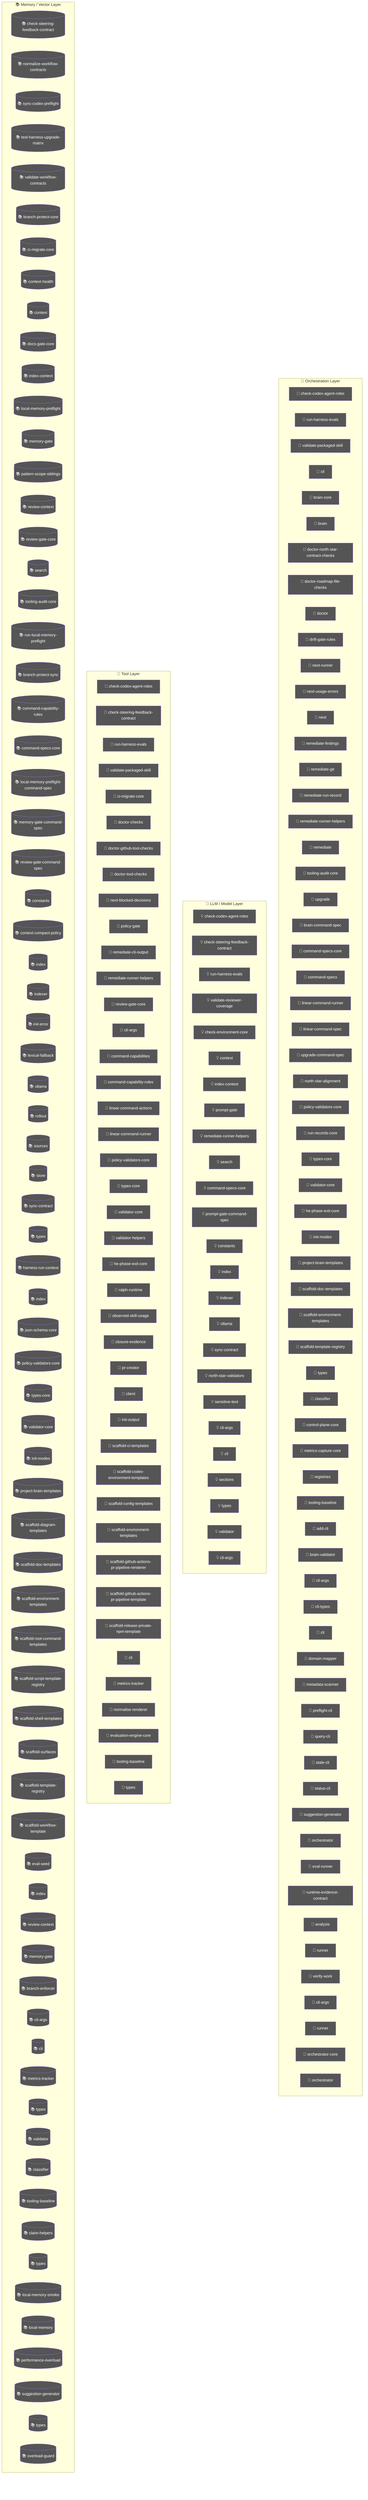
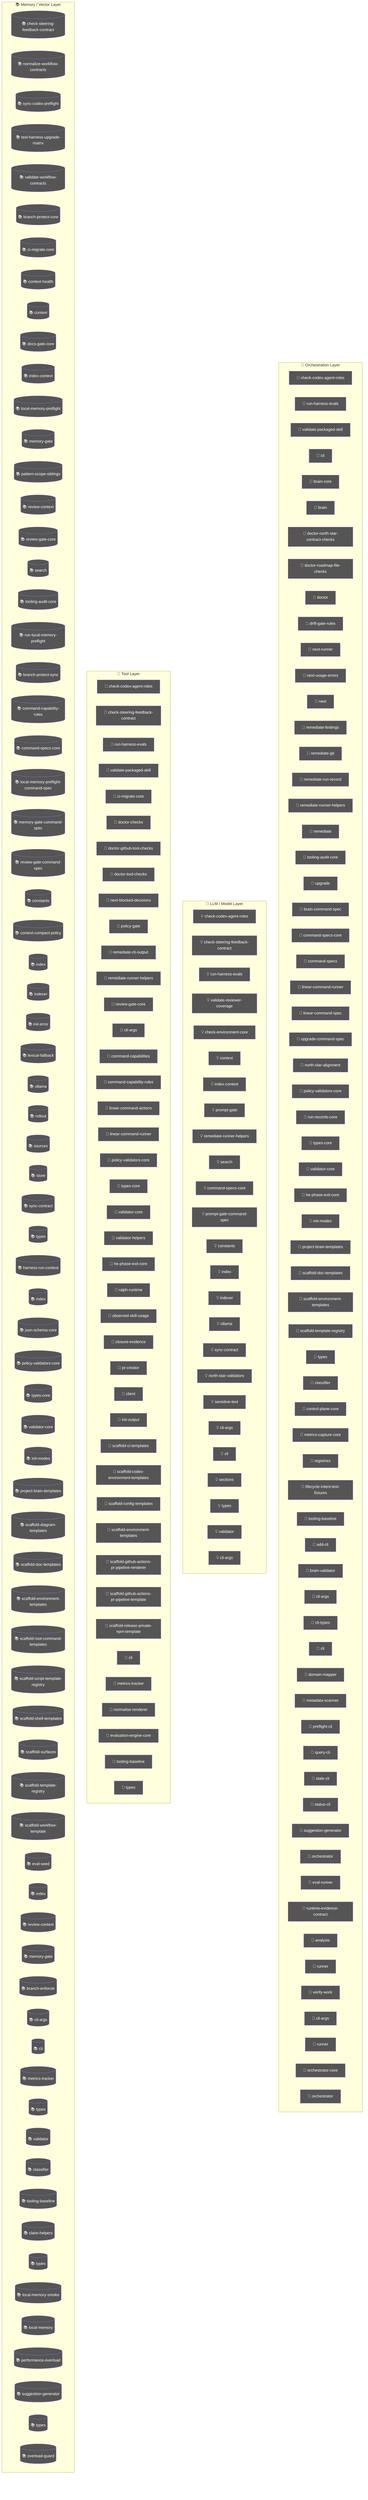
flowchart TD
  subgraph Orchestration["🎯 Orchestration Layer"]
    node_agent_mmd_orchestration_layer_orchestration_chec_7a9f0b64["🤖 check-codex-agent-roles"]
    node_agent_mmd_orchestration_layer_orchestration_run__18817957["🤖 run-harness-evals"]
    node_agent_mmd_orchestration_layer_orchestration_vali_c01b04be["🤖 validate-packaged-skill"]
    cli_99bb8840["🤖 cli"]
    brain_core_aa07c380["🤖 brain-core"]
    brain_bbbf7a64["🤖 brain"]
    doctor_north_star_contract_checks_0048124c["🤖 doctor-north-star-contract-checks"]
    doctor_roadmap_file_checks_14447b8e["🤖 doctor-roadmap-file-checks"]
    doctor_72f4be89["🤖 doctor"]
    drift_gate_rules_9685e72d["🤖 drift-gate-rules"]
    next_runner_41643472["🤖 next-runner"]
    next_usage_errors_837a345a["🤖 next-usage-errors"]
    next_c6c1c9a9["🤖 next"]
    remediate_findings_8b09c8c6["🤖 remediate-findings"]
    remediate_git_58c6f6f4["🤖 remediate-git"]
    remediate_run_record_9dfe5dc1["🤖 remediate-run-record"]
    node_agent_mmd_orchestration_layer_orchestration_reme_359fe98f["🤖 remediate-runner-helpers"]
    remediate_06b9c7fc["🤖 remediate"]
    node_agent_mmd_orchestration_layer_orchestration_tool_acfe0c01["🤖 tooling-audit-core"]
    upgrade_7fef9479["🤖 upgrade"]
    brain_command_spec_15b122d5["🤖 brain-command-spec"]
    node_agent_mmd_orchestration_layer_orchestration_comm_1f8cc24c["🤖 command-specs-core"]
    command_specs_69167c63["🤖 command-specs"]
    node_agent_mmd_orchestration_layer_orchestration_line_b67affd5["🤖 linear-command-runner"]
    linear_command_spec_1e12dd44["🤖 linear-command-spec"]
    upgrade_command_spec_03f6c7bd["🤖 upgrade-command-spec"]
    north_star_alignment_00440188["🤖 north-star-alignment"]
    node_agent_mmd_orchestration_layer_orchestration_poli_3270b55d["🤖 policy-validators-core"]
    run_records_core_89286dfa["🤖 run-records-core"]
    node_agent_mmd_orchestration_layer_orchestration_type_7cf81261["🤖 types-core"]
    node_agent_mmd_orchestration_layer_orchestration_vali_d9fe99e6["🤖 validator-core"]
    node_agent_mmd_orchestration_layer_orchestration_he_p_fc778c24["🤖 he-phase-exit-core"]
    node_agent_mmd_orchestration_layer_orchestration_init_2a9c3ecb["🤖 init-modes"]
    node_agent_mmd_orchestration_layer_orchestration_proj_6ab6f60f["🤖 project-brain-templates"]
    node_agent_mmd_orchestration_layer_orchestration_scaf_12cc07db["🤖 scaffold-doc-templates"]
    node_agent_mmd_orchestration_layer_orchestration_scaf_c9a90c2f["🤖 scaffold-environment-templates"]
    node_agent_mmd_orchestration_layer_orchestration_scaf_ff8f92f6["🤖 scaffold-template-registry"]
    types_9_1db4641f["🤖 types"]
    node_agent_mmd_orchestration_layer_orchestration_clas_899b821a["🤖 classifier"]
    control_plane_core_db3b4cb2["🤖 control-plane-core"]
    metrics_capture_core_db4bf7cf["🤖 metrics-capture-core"]
    registries_06402afa["🤖 registries"]
+     lifecycle_intent_test_fixtures_a53c7ada["🤖 lifecycle-intent-test-fixtures"]
    node_agent_mmd_orchestration_layer_orchestration_tool_cc43149f["🤖 tooling-baseline"]
    add_cli_7614de25["🤖 add-cli"]
    brain_validator_be251832["🤖 brain-validator"]
    cli_args_8_d546936e["🤖 cli-args"]
    cli_types_1686e858["🤖 cli-types"]
    cli_7_dc4a9f7f["🤖 cli"]
    domain_mapper_cd9333d2["🤖 domain-mapper"]
    metadata_scanner_6a101b66["🤖 metadata-scanner"]
    preflight_cli_5d148379["🤖 preflight-cli"]
    query_cli_b95be64d["🤖 query-cli"]
    stale_cli_64548720["🤖 stale-cli"]
    status_cli_4c24a0d6["🤖 status-cli"]
    node_agent_mmd_orchestration_layer_orchestration_sugg_85c5ebe3["🤖 suggestion-generator"]
    orchestrator_11376b7e["🤖 orchestrator"]
    eval_runner_0966a6b3["🤖 eval-runner"]
    runtime_evidence_contract_0f7b15b2["🤖 runtime-evidence-contract"]
    analysis_f44e85c4["🤖 analysis"]
    runner_527aa9f4["🤖 runner"]
    verify_work_1_cd8e7ec3["🤖 verify-work"]
    cli_args_14_3481043e["🤖 cli-args"]
    runner_1_6f281bf8["🤖 runner"]
    orchestrator_core_d0678b53["🤖 orchestrator-core"]
    orchestrator_1_6b7137c5["🤖 orchestrator"]
  end
  subgraph LLMLayer["🧠 LLM / Model Layer"]
    node_agent_mmd_llm_model_layer_llmlayer_check_codex_a_29e7b7fa["💡 check-codex-agent-roles"]
    node_agent_mmd_llm_model_layer_llmlayer_check_steerin_a7dbbd2f["💡 check-steering-feedback-contract"]
    node_agent_mmd_llm_model_layer_llmlayer_run_harness_e_603fcfdc["💡 run-harness-evals"]
    validate_reviewer_coverage_251efee3["💡 validate-reviewer-coverage"]
    check_environment_core_2c16213f["💡 check-environment-core"]
    node_agent_mmd_llm_model_layer_llmlayer_context_conte_ad2dfbd9["💡 context"]
    node_agent_mmd_llm_model_layer_llmlayer_index_context_1041bd11["💡 index-context"]
    prompt_gate_c5e9d207["💡 prompt-gate"]
    node_agent_mmd_llm_model_layer_llmlayer_remediate_run_9e3d4585["💡 remediate-runner-helpers"]
    node_agent_mmd_llm_model_layer_llmlayer_search_search_66b9a911["💡 search"]
    node_agent_mmd_llm_model_layer_llmlayer_command_specs_782af9fa["💡 command-specs-core"]
    prompt_gate_command_spec_9a941482["💡 prompt-gate-command-spec"]
    node_agent_mmd_llm_model_layer_llmlayer_constants_con_c9bd3f6c["💡 constants"]
    node_agent_mmd_llm_model_layer_llmlayer_index_index_1_02e160ff["💡 index"]
    node_agent_mmd_llm_model_layer_llmlayer_indexer_index_4f4deef5["💡 indexer"]
    node_agent_mmd_llm_model_layer_llmlayer_ollama_ollama_968b23fa["💡 ollama"]
    node_agent_mmd_llm_model_layer_llmlayer_sync_contract_9f3cc8c1["💡 sync-contract"]
    north_star_validators_cfc926ce["💡 north-star-validators"]
    sensitive_text_7c11f760["💡 sensitive-text"]
    cli_args_9_9c136878["💡 cli-args"]
    cli_8_e3a6ce03["💡 cli"]
    sections_4697ef32["💡 sections"]
    types_19_eb4ad5f0["💡 types"]
    validator_6_3688adbf["💡 validator"]
    cli_args_10_861cdd3f["💡 cli-args"]
  end
  subgraph ToolLayer["🔧 Tool Layer"]
    node_agent_mmd_tool_layer_toollayer_check_codex_agent_4b361d5a["🔧 check-codex-agent-roles"]
    node_agent_mmd_tool_layer_toollayer_check_steering_fe_84ed22c2["🔧 check-steering-feedback-contract"]
    node_agent_mmd_tool_layer_toollayer_run_harness_evals_e2ee24f1["🔧 run-harness-evals"]
    node_agent_mmd_tool_layer_toollayer_validate_packaged_f6ed6f12["🔧 validate-packaged-skill"]
    node_agent_mmd_tool_layer_toollayer_ci_migrate_core_c_049f8460["🔧 ci-migrate-core"]
    doctor_checks_5a2eb2b9["🔧 doctor-checks"]
    doctor_github_tool_checks_a53b0382["🔧 doctor-github-tool-checks"]
    doctor_tool_checks_4acac51a["🔧 doctor-tool-checks"]
    next_blocked_decisions_4140ad2b["🔧 next-blocked-decisions"]
    policy_gate_213f7313["🔧 policy-gate"]
    remediate_cli_output_cc165396["🔧 remediate-cli-output"]
    node_agent_mmd_tool_layer_toollayer_remediate_runner__c003b871["🔧 remediate-runner-helpers"]
    node_agent_mmd_tool_layer_toollayer_review_gate_core__7704598b["🔧 review-gate-core"]
    cli_args_1_6144b055["🔧 cli-args"]
    command_capabilities_a4d5c71e["🔧 command-capabilities"]
    node_agent_mmd_tool_layer_toollayer_command_capabilit_e97a4615["🔧 command-capability-rules"]
    linear_command_actions_e430f4f4["🔧 linear-command-actions"]
    node_agent_mmd_tool_layer_toollayer_linear_command_ru_d6763748["🔧 linear-command-runner"]
    node_agent_mmd_tool_layer_toollayer_policy_validators_af136abf["🔧 policy-validators-core"]
    node_agent_mmd_tool_layer_toollayer_types_core_types__6c8319b6["🔧 types-core"]
    node_agent_mmd_tool_layer_toollayer_validator_core_va_6ef6131f["🔧 validator-core"]
    validator_helpers_7b927667["🔧 validator-helpers"]
    node_agent_mmd_tool_layer_toollayer_he_phase_exit_cor_af016160["🔧 he-phase-exit-core"]
    ralph_runtime_73d63c0e["🔧 ralph-runtime"]
    observed_skill_usage_ed7d5930["🔧 observed-skill-usage"]
    closure_evidence_aaa31467["🔧 closure-evidence"]
    pr_creator_dc6b1ea4["🔧 pr-creator"]
    client_948fe603["🔧 client"]
    init_output_360dce91["🔧 init-output"]
    scaffold_ci_templates_2afd6392["🔧 scaffold-ci-templates"]
    scaffold_codex_environment_templates_334fbbed["🔧 scaffold-codex-environment-templates"]
    scaffold_config_templates_4b80ce53["🔧 scaffold-config-templates"]
    node_agent_mmd_tool_layer_toollayer_scaffold_environm_c1afc013["🔧 scaffold-environment-templates"]
    scaffold_github_actions_pr_pipeline_renderer_1ee18de5["🔧 scaffold-github-actions-pr-pipeline-renderer"]
    scaffold_github_actions_pr_pipeline_template_e2b85f62["🔧 scaffold-github-actions-pr-pipeline-template"]
    scaffold_release_private_npm_template_075499f8["🔧 scaffold-release-private-npm-template"]
    node_agent_mmd_tool_layer_toollayer_cli_cli_2_1_32d9eeaf["🔧 cli"]
    node_agent_mmd_tool_layer_toollayer_metrics_tracker_m_4c9237d8["🔧 metrics-tracker"]
    normalise_renderer_85f2e563["🔧 normalise-renderer"]
    evaluation_engine_core_e054fe49["🔧 evaluation-engine-core"]
    node_agent_mmd_tool_layer_toollayer_tooling_baseline__61e66e9f["🔧 tooling-baseline"]
    types_25_89d086aa["🔧 types"]
  end
  subgraph MemoryLayer["📚 Memory / Vector Layer"]
    node_agent_mmd_memory_vector_layer_memorylayer_check__d71f8993[("📚 check-steering-feedback-contract")]
    normalize_workflow_contracts_8701f1c8[("📚 normalize-workflow-contracts")]
    sync_codex_preflight_7e7a8dc2[("📚 sync-codex-preflight")]
    test_harness_upgrade_matrix_84113c4e[("📚 test-harness-upgrade-matrix")]
    validate_workflow_contracts_33dc063c[("📚 validate-workflow-contracts")]
    branch_protect_core_a8feb0fd[("📚 branch-protect-core")]
    node_agent_mmd_memory_vector_layer_memorylayer_ci_mig_0cd5b1a4[("📚 ci-migrate-core")]
    context_health_80bb7da9[("📚 context-health")]
    node_agent_mmd_memory_vector_layer_memorylayer_contex_78ceaaa9[("📚 context")]
    docs_gate_core_eb9b6c18[("📚 docs-gate-core")]
    node_agent_mmd_memory_vector_layer_memorylayer_index__6f3402d0[("📚 index-context")]
    local_memory_preflight_dcc36c42[("📚 local-memory-preflight")]
    memory_gate_a577a506[("📚 memory-gate")]
    pattern_scope_siblings_43abe000[("📚 pattern-scope-siblings")]
    review_context_ca6cf81d[("📚 review-context")]
    node_agent_mmd_memory_vector_layer_memorylayer_review_5bee9816[("📚 review-gate-core")]
    node_agent_mmd_memory_vector_layer_memorylayer_search_ac35cb7e[("📚 search")]
    node_agent_mmd_memory_vector_layer_memorylayer_toolin_a1185b8f[("📚 tooling-audit-core")]
    run_local_memory_preflight_36e92808[("📚 run-local-memory-preflight")]
    branch_protect_sync_570adb18[("📚 branch-protect-sync")]
    node_agent_mmd_memory_vector_layer_memorylayer_comman_c72a5d05[("📚 command-capability-rules")]
    node_agent_mmd_memory_vector_layer_memorylayer_comman_111eb454[("📚 command-specs-core")]
    local_memory_preflight_command_spec_9e23f3ce[("📚 local-memory-preflight-command-spec")]
    memory_gate_command_spec_dc9001a9[("📚 memory-gate-command-spec")]
    review_gate_command_spec_3187376a[("📚 review-gate-command-spec")]
    node_agent_mmd_memory_vector_layer_memorylayer_consta_702d3f46[("📚 constants")]
    context_compact_policy_3dcaf95d[("📚 context-compact-policy")]
    node_agent_mmd_memory_vector_layer_memorylayer_index__752bc61e[("📚 index")]
    node_agent_mmd_memory_vector_layer_memorylayer_indexe_93e6d86f[("📚 indexer")]
    init_error_5c7dd49f[("📚 init-error")]
    lexical_fallback_723e2b3e[("📚 lexical-fallback")]
    node_agent_mmd_memory_vector_layer_memorylayer_ollama_6d51be16[("📚 ollama")]
    rollout_a4fa034c[("📚 rollout")]
    sources_878a52fc[("📚 sources")]
    store_824d80d7[("📚 store")]
    node_agent_mmd_memory_vector_layer_memorylayer_sync_c_e43418bc[("📚 sync-contract")]
    types_4_822d0f88[("📚 types")]
    harness_run_context_ac7c77a9[("📚 harness-run-context")]
    index_1_faebc14e[("📚 index")]
    json_schema_core_96d7e328[("📚 json-schema-core")]
    node_agent_mmd_memory_vector_layer_memorylayer_policy_1944de42[("📚 policy-validators-core")]
    node_agent_mmd_memory_vector_layer_memorylayer_types__83f369fa[("📚 types-core")]
    node_agent_mmd_memory_vector_layer_memorylayer_valida_41034356[("📚 validator-core")]
    node_agent_mmd_memory_vector_layer_memorylayer_init_m_333d02c5[("📚 init-modes")]
    node_agent_mmd_memory_vector_layer_memorylayer_projec_3ae304d9[("📚 project-brain-templates")]
    scaffold_diagram_templates_dd88e83c[("📚 scaffold-diagram-templates")]
    node_agent_mmd_memory_vector_layer_memorylayer_scaffo_5fd73b94[("📚 scaffold-doc-templates")]
    node_agent_mmd_memory_vector_layer_memorylayer_scaffo_12b42341[("📚 scaffold-environment-templates")]
    scaffold_root_command_templates_404fed7f[("📚 scaffold-root-command-templates")]
    scaffold_script_template_registry_69312d4e[("📚 scaffold-script-template-registry")]
    scaffold_shell_templates_0ad0f915[("📚 scaffold-shell-templates")]
    scaffold_surfaces_12d6494e[("📚 scaffold-surfaces")]
    node_agent_mmd_memory_vector_layer_memorylayer_scaffo_a86eece1[("📚 scaffold-template-registry")]
    scaffold_workflow_template_92310587[("📚 scaffold-workflow-template")]
    eval_seed_5699fd3e[("📚 eval-seed")]
    index_4_013aa0e3[("📚 index")]
    review_context_1_e3afed15[("📚 review-context")]
    memory_gate_1_265164ac[("📚 memory-gate")]
    branch_enforcer_acb749cd[("📚 branch-enforcer")]
    cli_args_5_09ea29f0[("📚 cli-args")]
    node_agent_mmd_memory_vector_layer_memorylayer_cli_cl_1f1f89ab[("📚 cli")]
    node_agent_mmd_memory_vector_layer_memorylayer_metric_12562178[("📚 metrics-tracker")]
    types_11_4be3ee64[("📚 types")]
    validator_4_5180cf23[("📚 validator")]
    node_agent_mmd_memory_vector_layer_memorylayer_classi_1ebbf5ff[("📚 classifier")]
    node_agent_mmd_memory_vector_layer_memorylayer_toolin_14f86b00[("📚 tooling-baseline")]
    claim_helpers_20dc8387[("📚 claim-helpers")]
    types_16_0fae1112[("📚 types")]
    local_memory_smoke_1175abfc[("📚 local-memory-smoke")]
    local_memory_0db17ecc[("📚 local-memory")]
    performance_overload_c685bfcf[("📚 performance-overload")]
    node_agent_mmd_memory_vector_layer_memorylayer_sugges_267f408d[("📚 suggestion-generator")]
    types_23_4352ee2e[("📚 types")]
    overload_guard_2748c559[("📚 overload-guard")]
  end
  classDef agentNode fill:#555,color:#fff
-   class node_agent_mmd_orchestration_layer_orchestration_chec_7a9f0b64,node_agent_mmd_llm_model_layer_llmlayer_check_codex_a_29e7b7fa,node_agent_mmd_tool_layer_toollayer_check_codex_agent_4b361d5a,node_agent_mmd_orchestration_layer_orchestration_run__18817957,node_agent_mmd_llm_model_layer_llmlayer_run_harness_e_603fcfdc,node_agent_mmd_tool_layer_toollayer_run_harness_evals_e2ee24f1,node_agent_mmd_orchestration_layer_orchestration_vali_c01b04be,node_agent_mmd_tool_layer_toollayer_validate_packaged_f6ed6f12,cli_99bb8840,brain_core_aa07c380,brain_bbbf7a64,doctor_north_star_contract_checks_0048124c,doctor_roadmap_file_checks_14447b8e,doctor_72f4be89,drift_gate_rules_9685e72d,next_runner_41643472,next_usage_errors_837a345a,next_c6c1c9a9,remediate_findings_8b09c8c6,remediate_git_58c6f6f4,remediate_run_record_9dfe5dc1,node_agent_mmd_orchestration_layer_orchestration_reme_359fe98f,node_agent_mmd_llm_model_layer_llmlayer_remediate_run_9e3d4585,node_agent_mmd_tool_layer_toollayer_remediate_runner__c003b871,remediate_06b9c7fc,node_agent_mmd_orchestration_layer_orchestration_tool_acfe0c01,node_agent_mmd_memory_vector_layer_memorylayer_toolin_a1185b8f,upgrade_7fef9479,brain_command_spec_15b122d5,node_agent_mmd_orchestration_layer_orchestration_comm_1f8cc24c,node_agent_mmd_llm_model_layer_llmlayer_command_specs_782af9fa,node_agent_mmd_memory_vector_layer_memorylayer_comman_111eb454,command_specs_69167c63,node_agent_mmd_orchestration_layer_orchestration_line_b67affd5,node_agent_mmd_tool_layer_toollayer_linear_command_ru_d6763748,linear_command_spec_1e12dd44,upgrade_command_spec_03f6c7bd,north_star_alignment_00440188,node_agent_mmd_orchestration_layer_orchestration_poli_3270b55d,node_agent_mmd_tool_layer_toollayer_policy_validators_af136abf,node_agent_mmd_memory_vector_layer_memorylayer_policy_1944de42,run_records_core_89286dfa,node_agent_mmd_orchestration_layer_orchestration_type_7cf81261,node_agent_mmd_tool_layer_toollayer_types_core_types__6c8319b6,node_agent_mmd_memory_vector_layer_memorylayer_types__83f369fa,node_agent_mmd_orchestration_layer_orchestration_vali_d9fe99e6,node_agent_mmd_tool_layer_toollayer_validator_core_va_6ef6131f,node_agent_mmd_memory_vector_layer_memorylayer_valida_41034356,node_agent_mmd_orchestration_layer_orchestration_he_p_fc778c24,node_agent_mmd_tool_layer_toollayer_he_phase_exit_cor_af016160,node_agent_mmd_orchestration_layer_orchestration_init_2a9c3ecb,node_agent_mmd_memory_vector_layer_memorylayer_init_m_333d02c5,node_agent_mmd_orchestration_layer_orchestration_proj_6ab6f60f,node_agent_mmd_memory_vector_layer_memorylayer_projec_3ae304d9,node_agent_mmd_orchestration_layer_orchestration_scaf_12cc07db,node_agent_mmd_memory_vector_layer_memorylayer_scaffo_5fd73b94,node_agent_mmd_orchestration_layer_orchestration_scaf_c9a90c2f,node_agent_mmd_tool_layer_toollayer_scaffold_environm_c1afc013,node_agent_mmd_memory_vector_layer_memorylayer_scaffo_12b42341,node_agent_mmd_orchestration_layer_orchestration_scaf_ff8f92f6,node_agent_mmd_memory_vector_layer_memorylayer_scaffo_a86eece1,types_9_1db4641f,node_agent_mmd_orchestration_layer_orchestration_clas_899b821a,node_agent_mmd_memory_vector_layer_memorylayer_classi_1ebbf5ff,control_plane_core_db3b4cb2,metrics_capture_core_db4bf7cf,registries_06402afa,node_agent_mmd_orchestration_layer_orchestration_tool_cc43149f,node_agent_mmd_tool_layer_toollayer_tooling_baseline__61e66e9f,node_agent_mmd_memory_vector_layer_memorylayer_toolin_14f86b00,add_cli_7614de25,brain_validator_be251832,cli_args_8_d546936e,cli_types_1686e858,cli_7_dc4a9f7f,domain_mapper_cd9333d2,metadata_scanner_6a101b66,preflight_cli_5d148379,query_cli_b95be64d,stale_cli_64548720,status_cli_4c24a0d6,node_agent_mmd_orchestration_layer_orchestration_sugg_85c5ebe3,node_agent_mmd_memory_vector_layer_memorylayer_sugges_267f408d,orchestrator_11376b7e,eval_runner_0966a6b3,runtime_evidence_contract_0f7b15b2,analysis_f44e85c4,runner_527aa9f4,verify_work_1_cd8e7ec3,cli_args_14_3481043e,runner_1_6f281bf8,orchestrator_core_d0678b53,orchestrator_1_6b7137c5 agentNode
+   class node_agent_mmd_orchestration_layer_orchestration_chec_7a9f0b64,node_agent_mmd_llm_model_layer_llmlayer_check_codex_a_29e7b7fa,node_agent_mmd_tool_layer_toollayer_check_codex_agent_4b361d5a,node_agent_mmd_orchestration_layer_orchestration_run__18817957,node_agent_mmd_llm_model_layer_llmlayer_run_harness_e_603fcfdc,node_agent_mmd_tool_layer_toollayer_run_harness_evals_e2ee24f1,node_agent_mmd_orchestration_layer_orchestration_vali_c01b04be,node_agent_mmd_tool_layer_toollayer_validate_packaged_f6ed6f12,cli_99bb8840,brain_core_aa07c380,brain_bbbf7a64,doctor_north_star_contract_checks_0048124c,doctor_roadmap_file_checks_14447b8e,doctor_72f4be89,drift_gate_rules_9685e72d,next_runner_41643472,next_usage_errors_837a345a,next_c6c1c9a9,remediate_findings_8b09c8c6,remediate_git_58c6f6f4,remediate_run_record_9dfe5dc1,node_agent_mmd_orchestration_layer_orchestration_reme_359fe98f,node_agent_mmd_llm_model_layer_llmlayer_remediate_run_9e3d4585,node_agent_mmd_tool_layer_toollayer_remediate_runner__c003b871,remediate_06b9c7fc,node_agent_mmd_orchestration_layer_orchestration_tool_acfe0c01,node_agent_mmd_memory_vector_layer_memorylayer_toolin_a1185b8f,upgrade_7fef9479,brain_command_spec_15b122d5,node_agent_mmd_orchestration_layer_orchestration_comm_1f8cc24c,node_agent_mmd_llm_model_layer_llmlayer_command_specs_782af9fa,node_agent_mmd_memory_vector_layer_memorylayer_comman_111eb454,command_specs_69167c63,node_agent_mmd_orchestration_layer_orchestration_line_b67affd5,node_agent_mmd_tool_layer_toollayer_linear_command_ru_d6763748,linear_command_spec_1e12dd44,upgrade_command_spec_03f6c7bd,north_star_alignment_00440188,node_agent_mmd_orchestration_layer_orchestration_poli_3270b55d,node_agent_mmd_tool_layer_toollayer_policy_validators_af136abf,node_agent_mmd_memory_vector_layer_memorylayer_policy_1944de42,run_records_core_89286dfa,node_agent_mmd_orchestration_layer_orchestration_type_7cf81261,node_agent_mmd_tool_layer_toollayer_types_core_types__6c8319b6,node_agent_mmd_memory_vector_layer_memorylayer_types__83f369fa,node_agent_mmd_orchestration_layer_orchestration_vali_d9fe99e6,node_agent_mmd_tool_layer_toollayer_validator_core_va_6ef6131f,node_agent_mmd_memory_vector_layer_memorylayer_valida_41034356,node_agent_mmd_orchestration_layer_orchestration_he_p_fc778c24,node_agent_mmd_tool_layer_toollayer_he_phase_exit_cor_af016160,node_agent_mmd_orchestration_layer_orchestration_init_2a9c3ecb,node_agent_mmd_memory_vector_layer_memorylayer_init_m_333d02c5,node_agent_mmd_orchestration_layer_orchestration_proj_6ab6f60f,node_agent_mmd_memory_vector_layer_memorylayer_projec_3ae304d9,node_agent_mmd_orchestration_layer_orchestration_scaf_12cc07db,node_agent_mmd_memory_vector_layer_memorylayer_scaffo_5fd73b94,node_agent_mmd_orchestration_layer_orchestration_scaf_c9a90c2f,node_agent_mmd_tool_layer_toollayer_scaffold_environm_c1afc013,node_agent_mmd_memory_vector_layer_memorylayer_scaffo_12b42341,node_agent_mmd_orchestration_layer_orchestration_scaf_ff8f92f6,node_agent_mmd_memory_vector_layer_memorylayer_scaffo_a86eece1,types_9_1db4641f,node_agent_mmd_orchestration_layer_orchestration_clas_899b821a,node_agent_mmd_memory_vector_layer_memorylayer_classi_1ebbf5ff,control_plane_core_db3b4cb2,metrics_capture_core_db4bf7cf,registries_06402afa,lifecycle_intent_test_fixtures_a53c7ada,node_agent_mmd_orchestration_layer_orchestration_tool_cc43149f,node_agent_mmd_tool_layer_toollayer_tooling_baseline__61e66e9f,node_agent_mmd_memory_vector_layer_memorylayer_toolin_14f86b00,add_cli_7614de25,brain_validator_be251832,cli_args_8_d546936e,cli_types_1686e858,cli_7_dc4a9f7f,domain_mapper_cd9333d2,metadata_scanner_6a101b66,preflight_cli_5d148379,query_cli_b95be64d,stale_cli_64548720,status_cli_4c24a0d6,node_agent_mmd_orchestration_layer_orchestration_sugg_85c5ebe3,node_agent_mmd_memory_vector_layer_memorylayer_sugges_267f408d,orchestrator_11376b7e,eval_runner_0966a6b3,runtime_evidence_contract_0f7b15b2,analysis_f44e85c4,runner_527aa9f4,verify_work_1_cd8e7ec3,cli_args_14_3481043e,runner_1_6f281bf8,orchestrator_core_d0678b53,orchestrator_1_6b7137c5 agentNode
  classDef llmNode fill:#555,color:#fff
  class node_agent_mmd_orchestration_layer_orchestration_chec_7a9f0b64,node_agent_mmd_llm_model_layer_llmlayer_check_codex_a_29e7b7fa,node_agent_mmd_tool_layer_toollayer_check_codex_agent_4b361d5a,node_agent_mmd_llm_model_layer_llmlayer_check_steerin_a7dbbd2f,node_agent_mmd_tool_layer_toollayer_check_steering_fe_84ed22c2,node_agent_mmd_memory_vector_layer_memorylayer_check__d71f8993,node_agent_mmd_orchestration_layer_orchestration_run__18817957,node_agent_mmd_llm_model_layer_llmlayer_run_harness_e_603fcfdc,node_agent_mmd_tool_layer_toollayer_run_harness_evals_e2ee24f1,validate_reviewer_coverage_251efee3,check_environment_core_2c16213f,node_agent_mmd_llm_model_layer_llmlayer_context_conte_ad2dfbd9,node_agent_mmd_memory_vector_layer_memorylayer_contex_78ceaaa9,node_agent_mmd_llm_model_layer_llmlayer_index_context_1041bd11,node_agent_mmd_memory_vector_layer_memorylayer_index__6f3402d0,prompt_gate_c5e9d207,node_agent_mmd_orchestration_layer_orchestration_reme_359fe98f,node_agent_mmd_llm_model_layer_llmlayer_remediate_run_9e3d4585,node_agent_mmd_tool_layer_toollayer_remediate_runner__c003b871,node_agent_mmd_llm_model_layer_llmlayer_search_search_66b9a911,node_agent_mmd_memory_vector_layer_memorylayer_search_ac35cb7e,node_agent_mmd_orchestration_layer_orchestration_comm_1f8cc24c,node_agent_mmd_llm_model_layer_llmlayer_command_specs_782af9fa,node_agent_mmd_memory_vector_layer_memorylayer_comman_111eb454,prompt_gate_command_spec_9a941482,node_agent_mmd_llm_model_layer_llmlayer_constants_con_c9bd3f6c,node_agent_mmd_memory_vector_layer_memorylayer_consta_702d3f46,node_agent_mmd_llm_model_layer_llmlayer_index_index_1_02e160ff,node_agent_mmd_memory_vector_layer_memorylayer_index__752bc61e,node_agent_mmd_llm_model_layer_llmlayer_indexer_index_4f4deef5,node_agent_mmd_memory_vector_layer_memorylayer_indexe_93e6d86f,node_agent_mmd_llm_model_layer_llmlayer_ollama_ollama_968b23fa,node_agent_mmd_memory_vector_layer_memorylayer_ollama_6d51be16,node_agent_mmd_llm_model_layer_llmlayer_sync_contract_9f3cc8c1,node_agent_mmd_memory_vector_layer_memorylayer_sync_c_e43418bc,north_star_validators_cfc926ce,sensitive_text_7c11f760,cli_args_9_9c136878,cli_8_e3a6ce03,sections_4697ef32,types_19_eb4ad5f0,validator_6_3688adbf,cli_args_10_861cdd3f llmNode
  classDef toolNode fill:#555,color:#fff
  class node_agent_mmd_orchestration_layer_orchestration_chec_7a9f0b64,node_agent_mmd_llm_model_layer_llmlayer_check_codex_a_29e7b7fa,node_agent_mmd_tool_layer_toollayer_check_codex_agent_4b361d5a,node_agent_mmd_llm_model_layer_llmlayer_check_steerin_a7dbbd2f,node_agent_mmd_tool_layer_toollayer_check_steering_fe_84ed22c2,node_agent_mmd_memory_vector_layer_memorylayer_check__d71f8993,node_agent_mmd_orchestration_layer_orchestration_run__18817957,node_agent_mmd_llm_model_layer_llmlayer_run_harness_e_603fcfdc,node_agent_mmd_tool_layer_toollayer_run_harness_evals_e2ee24f1,node_agent_mmd_orchestration_layer_orchestration_vali_c01b04be,node_agent_mmd_tool_layer_toollayer_validate_packaged_f6ed6f12,node_agent_mmd_tool_layer_toollayer_ci_migrate_core_c_049f8460,node_agent_mmd_memory_vector_layer_memorylayer_ci_mig_0cd5b1a4,doctor_checks_5a2eb2b9,doctor_github_tool_checks_a53b0382,doctor_tool_checks_4acac51a,next_blocked_decisions_4140ad2b,policy_gate_213f7313,remediate_cli_output_cc165396,node_agent_mmd_orchestration_layer_orchestration_reme_359fe98f,node_agent_mmd_llm_model_layer_llmlayer_remediate_run_9e3d4585,node_agent_mmd_tool_layer_toollayer_remediate_runner__c003b871,node_agent_mmd_tool_layer_toollayer_review_gate_core__7704598b,node_agent_mmd_memory_vector_layer_memorylayer_review_5bee9816,cli_args_1_6144b055,command_capabilities_a4d5c71e,node_agent_mmd_tool_layer_toollayer_command_capabilit_e97a4615,node_agent_mmd_memory_vector_layer_memorylayer_comman_c72a5d05,linear_command_actions_e430f4f4,node_agent_mmd_orchestration_layer_orchestration_line_b67affd5,node_agent_mmd_tool_layer_toollayer_linear_command_ru_d6763748,node_agent_mmd_orchestration_layer_orchestration_poli_3270b55d,node_agent_mmd_tool_layer_toollayer_policy_validators_af136abf,node_agent_mmd_memory_vector_layer_memorylayer_policy_1944de42,node_agent_mmd_orchestration_layer_orchestration_type_7cf81261,node_agent_mmd_tool_layer_toollayer_types_core_types__6c8319b6,node_agent_mmd_memory_vector_layer_memorylayer_types__83f369fa,node_agent_mmd_orchestration_layer_orchestration_vali_d9fe99e6,node_agent_mmd_tool_layer_toollayer_validator_core_va_6ef6131f,node_agent_mmd_memory_vector_layer_memorylayer_valida_41034356,validator_helpers_7b927667,node_agent_mmd_orchestration_layer_orchestration_he_p_fc778c24,node_agent_mmd_tool_layer_toollayer_he_phase_exit_cor_af016160,ralph_runtime_73d63c0e,observed_skill_usage_ed7d5930,closure_evidence_aaa31467,pr_creator_dc6b1ea4,client_948fe603,init_output_360dce91,scaffold_ci_templates_2afd6392,scaffold_codex_environment_templates_334fbbed,scaffold_config_templates_4b80ce53,node_agent_mmd_orchestration_layer_orchestration_scaf_c9a90c2f,node_agent_mmd_tool_layer_toollayer_scaffold_environm_c1afc013,node_agent_mmd_memory_vector_layer_memorylayer_scaffo_12b42341,scaffold_github_actions_pr_pipeline_renderer_1ee18de5,scaffold_github_actions_pr_pipeline_template_e2b85f62,scaffold_release_private_npm_template_075499f8,node_agent_mmd_tool_layer_toollayer_cli_cli_2_1_32d9eeaf,node_agent_mmd_memory_vector_layer_memorylayer_cli_cl_1f1f89ab,node_agent_mmd_tool_layer_toollayer_metrics_tracker_m_4c9237d8,node_agent_mmd_memory_vector_layer_memorylayer_metric_12562178,normalise_renderer_85f2e563,evaluation_engine_core_e054fe49,node_agent_mmd_orchestration_layer_orchestration_tool_cc43149f,node_agent_mmd_tool_layer_toollayer_tooling_baseline__61e66e9f,node_agent_mmd_memory_vector_layer_memorylayer_toolin_14f86b00,types_25_89d086aa toolNode
  classDef memNode fill:#555,color:#fff
  class node_agent_mmd_llm_model_layer_llmlayer_check_steerin_a7dbbd2f,node_agent_mmd_tool_layer_toollayer_check_steering_fe_84ed22c2,node_agent_mmd_memory_vector_layer_memorylayer_check__d71f8993,normalize_workflow_contracts_8701f1c8,sync_codex_preflight_7e7a8dc2,test_harness_upgrade_matrix_84113c4e,validate_workflow_contracts_33dc063c,branch_protect_core_a8feb0fd,node_agent_mmd_tool_layer_toollayer_ci_migrate_core_c_049f8460,node_agent_mmd_memory_vector_layer_memorylayer_ci_mig_0cd5b1a4,context_health_80bb7da9,node_agent_mmd_llm_model_layer_llmlayer_context_conte_ad2dfbd9,node_agent_mmd_memory_vector_layer_memorylayer_contex_78ceaaa9,docs_gate_core_eb9b6c18,node_agent_mmd_llm_model_layer_llmlayer_index_context_1041bd11,node_agent_mmd_memory_vector_layer_memorylayer_index__6f3402d0,local_memory_preflight_dcc36c42,memory_gate_a577a506,pattern_scope_siblings_43abe000,review_context_ca6cf81d,node_agent_mmd_tool_layer_toollayer_review_gate_core__7704598b,node_agent_mmd_memory_vector_layer_memorylayer_review_5bee9816,node_agent_mmd_llm_model_layer_llmlayer_search_search_66b9a911,node_agent_mmd_memory_vector_layer_memorylayer_search_ac35cb7e,node_agent_mmd_orchestration_layer_orchestration_tool_acfe0c01,node_agent_mmd_memory_vector_layer_memorylayer_toolin_a1185b8f,run_local_memory_preflight_36e92808,branch_protect_sync_570adb18,node_agent_mmd_tool_layer_toollayer_command_capabilit_e97a4615,node_agent_mmd_memory_vector_layer_memorylayer_comman_c72a5d05,node_agent_mmd_orchestration_layer_orchestration_comm_1f8cc24c,node_agent_mmd_llm_model_layer_llmlayer_command_specs_782af9fa,node_agent_mmd_memory_vector_layer_memorylayer_comman_111eb454,local_memory_preflight_command_spec_9e23f3ce,memory_gate_command_spec_dc9001a9,review_gate_command_spec_3187376a,node_agent_mmd_llm_model_layer_llmlayer_constants_con_c9bd3f6c,node_agent_mmd_memory_vector_layer_memorylayer_consta_702d3f46,context_compact_policy_3dcaf95d,node_agent_mmd_llm_model_layer_llmlayer_index_index_1_02e160ff,node_agent_mmd_memory_vector_layer_memorylayer_index__752bc61e,node_agent_mmd_llm_model_layer_llmlayer_indexer_index_4f4deef5,node_agent_mmd_memory_vector_layer_memorylayer_indexe_93e6d86f,init_error_5c7dd49f,lexical_fallback_723e2b3e,node_agent_mmd_llm_model_layer_llmlayer_ollama_ollama_968b23fa,node_agent_mmd_memory_vector_layer_memorylayer_ollama_6d51be16,rollout_a4fa034c,sources_878a52fc,store_824d80d7,node_agent_mmd_llm_model_layer_llmlayer_sync_contract_9f3cc8c1,node_agent_mmd_memory_vector_layer_memorylayer_sync_c_e43418bc,types_4_822d0f88,harness_run_context_ac7c77a9,index_1_faebc14e,json_schema_core_96d7e328,node_agent_mmd_orchestration_layer_orchestration_poli_3270b55d,node_agent_mmd_tool_layer_toollayer_policy_validators_af136abf,node_agent_mmd_memory_vector_layer_memorylayer_policy_1944de42,node_agent_mmd_orchestration_layer_orchestration_type_7cf81261,node_agent_mmd_tool_layer_toollayer_types_core_types__6c8319b6,node_agent_mmd_memory_vector_layer_memorylayer_types__83f369fa,node_agent_mmd_orchestration_layer_orchestration_vali_d9fe99e6,node_agent_mmd_tool_layer_toollayer_validator_core_va_6ef6131f,node_agent_mmd_memory_vector_layer_memorylayer_valida_41034356,node_agent_mmd_orchestration_layer_orchestration_init_2a9c3ecb,node_agent_mmd_memory_vector_layer_memorylayer_init_m_333d02c5,node_agent_mmd_orchestration_layer_orchestration_proj_6ab6f60f,node_agent_mmd_memory_vector_layer_memorylayer_projec_3ae304d9,scaffold_diagram_templates_dd88e83c,node_agent_mmd_orchestration_layer_orchestration_scaf_12cc07db,node_agent_mmd_memory_vector_layer_memorylayer_scaffo_5fd73b94,node_agent_mmd_orchestration_layer_orchestration_scaf_c9a90c2f,node_agent_mmd_tool_layer_toollayer_scaffold_environm_c1afc013,node_agent_mmd_memory_vector_layer_memorylayer_scaffo_12b42341,scaffold_root_command_templates_404fed7f,scaffold_script_template_registry_69312d4e,scaffold_shell_templates_0ad0f915,scaffold_surfaces_12d6494e,node_agent_mmd_orchestration_layer_orchestration_scaf_ff8f92f6,node_agent_mmd_memory_vector_layer_memorylayer_scaffo_a86eece1,scaffold_workflow_template_92310587,eval_seed_5699fd3e,index_4_013aa0e3,review_context_1_e3afed15,memory_gate_1_265164ac,branch_enforcer_acb749cd,cli_args_5_09ea29f0,node_agent_mmd_tool_layer_toollayer_cli_cli_2_1_32d9eeaf,node_agent_mmd_memory_vector_layer_memorylayer_cli_cl_1f1f89ab,node_agent_mmd_tool_layer_toollayer_metrics_tracker_m_4c9237d8,node_agent_mmd_memory_vector_layer_memorylayer_metric_12562178,types_11_4be3ee64,validator_4_5180cf23,node_agent_mmd_orchestration_layer_orchestration_clas_899b821a,node_agent_mmd_memory_vector_layer_memorylayer_classi_1ebbf5ff,node_agent_mmd_orchestration_layer_orchestration_tool_cc43149f,node_agent_mmd_tool_layer_toollayer_tooling_baseline__61e66e9f,node_agent_mmd_memory_vector_layer_memorylayer_toolin_14f86b00,claim_helpers_20dc8387,types_16_0fae1112,local_memory_smoke_1175abfc,local_memory_0db17ecc,performance_overload_c685bfcf,node_agent_mmd_orchestration_layer_orchestration_sugg_85c5ebe3,node_agent_mmd_memory_vector_layer_memorylayer_sugges_267f408d,types_23_4352ee2e,overload_guard_2748c559 memNode
